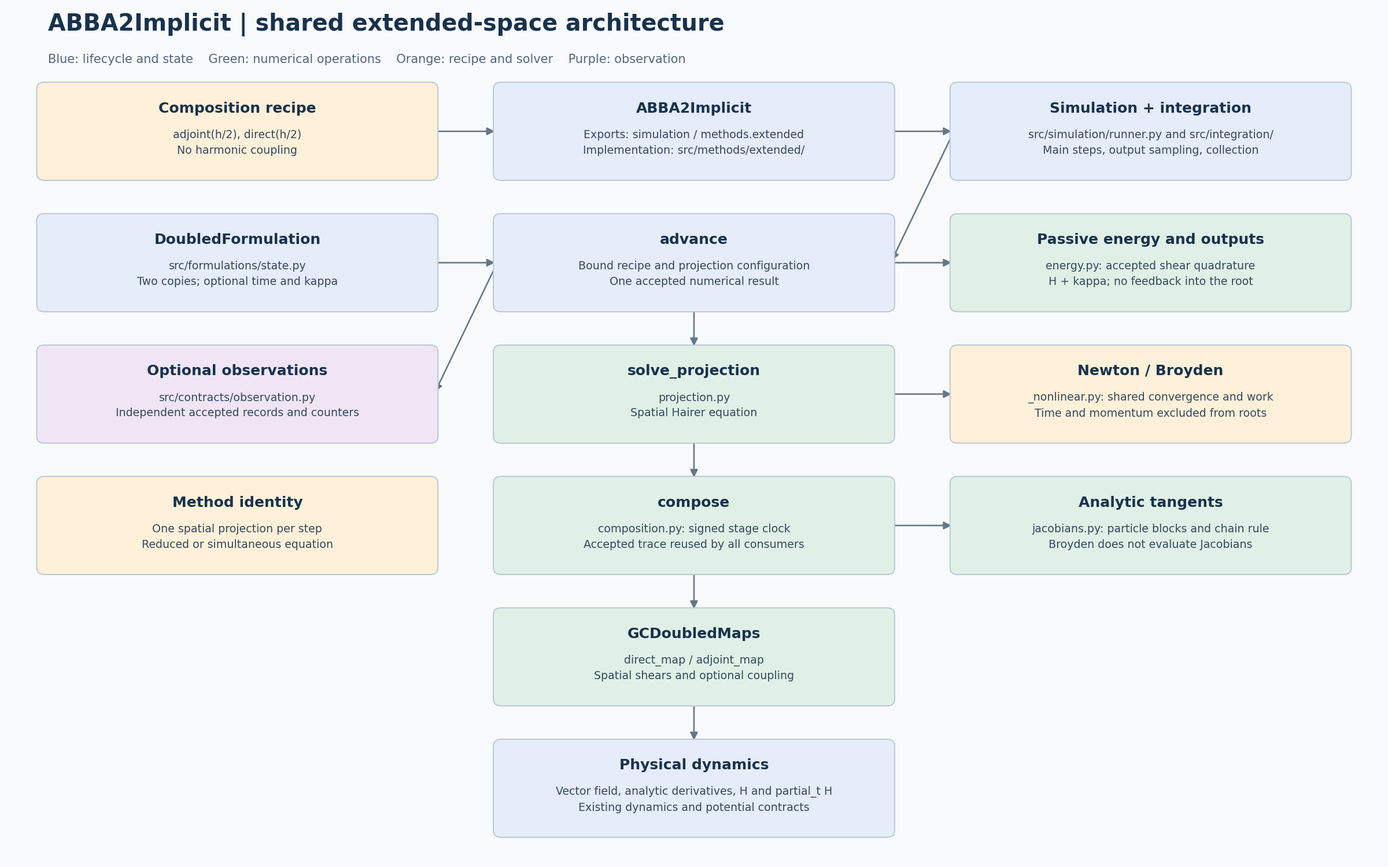
Before: docs/models/abba2-implicit/simulation/abba2-implicit-simulation-architecture.png, a diagram exported from PlantUML (Jugibe-52/GC2D_intranet). Its source is kept beside it as docs/models/abba2-implicit/simulation/abba2-implicit-simulation-architecture.puml. Its diagram source:
```plantuml
@startdot
digraph architecture {
  graph [rankdir=TB, bgcolor="#f8fafc"];
  node [shape=box, style="rounded,filled", fontname="DejaVu Sans"];
  recipe [label="Composition recipe\nadjoint(h/2), direct(h/2)\nNo harmonic coupling", fillcolor="#fff0d9"];
  method [label="ABBA2Implicit\nExports: simulation / methods.extended\nImplementation: src/methods/extended/", fillcolor="#e5ecfa"];
  driver [label="Simulation + integration\nsrc/simulation/runner.py and src/integration/\nMain steps, output sampling, collection", fillcolor="#e5ecfa"];
  state [label="DoubledFormulation\nsrc/formulations/state.py\nTwo copies; optional time and kappa", fillcolor="#e5ecfa"];
  advance [label="advance\nBound recipe and projection configuration\nOne accepted numerical result", fillcolor="#e5ecfa"];
  energy [label="Passive energy and outputs\nenergy.py: accepted shear quadrature\nH + kappa; no feedback into the root", fillcolor="#e1f0e6"];
  observe [label="Optional observations\nsrc/contracts/observation.py\nIndependent accepted records and counters", fillcolor="#f0e5f5"];
  projection [label="solve_projection\nprojection.py\nSpatial Hairer equation", fillcolor="#e1f0e6"];
  solver [label="Newton / Broyden\n_nonlinear.py: shared convergence and work\nTime and momentum excluded from roots", fillcolor="#fff0d9"];
  placement [label="Method identity\nOne spatial projection per step\nReduced or simultaneous equation", fillcolor="#fff0d9"];
  compose [label="compose\ncomposition.py: signed stage clock\nAccepted trace reused by all consumers", fillcolor="#e1f0e6"];
  tangent [label="Analytic tangents\njacobians.py: particle blocks and chain rule\nBroyden does not evaluate Jacobians", fillcolor="#e1f0e6"];
  maps [label="GCDoubledMaps\ndirect_map / adjoint_map\nSpatial shears and optional coupling", fillcolor="#e1f0e6"];
  dynamics [label="Physical dynamics\nVector field, analytic derivatives, H and partial_t H\nExisting dynamics and potential contracts", fillcolor="#e5ecfa"];
  recipe -> method;
  method -> driver;
  driver -> advance;
  state -> advance;
  advance -> projection;
  advance -> energy;
  advance -> observe;
  projection -> compose;
  projection -> solver;
  compose -> tangent;
  compose -> maps;
  maps -> dynamics;
}
@enddot
```
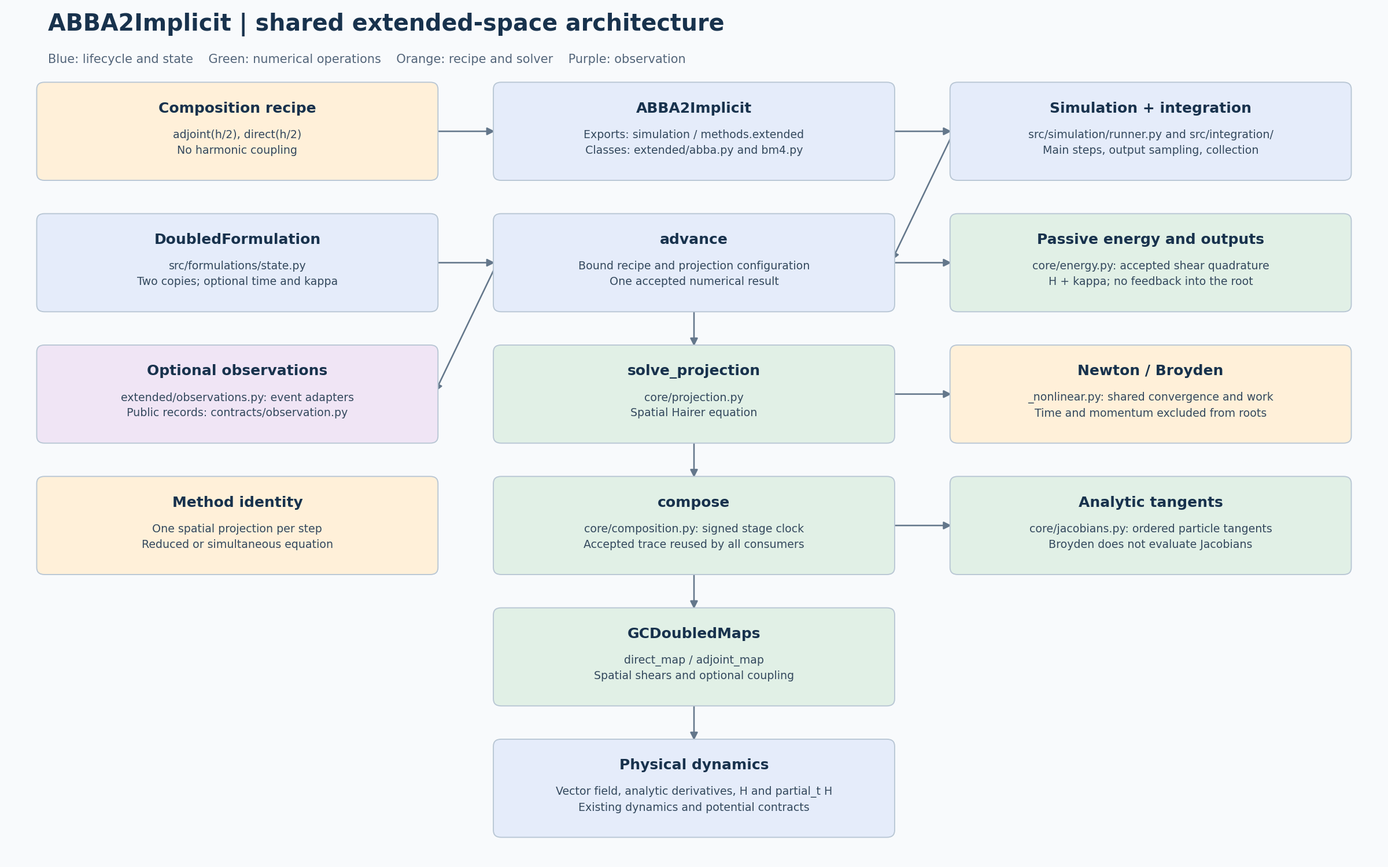
After the commit.

What changed in the source:
```diff
@@ -3,17 +3,17 @@
   graph [rankdir=TB, bgcolor="#f8fafc"];
   node [shape=box, style="rounded,filled", fontname="DejaVu Sans"];
   recipe [label="Composition recipe\nadjoint(h/2), direct(h/2)\nNo harmonic coupling", fillcolor="#fff0d9"];
-  method [label="ABBA2Implicit\nExports: simulation / methods.extended\nImplementation: src/methods/extended/", fillcolor="#e5ecfa"];
+  method [label="ABBA2Implicit\nExports: simulation / methods.extended\nClasses: extended/abba.py and bm4.py", fillcolor="#e5ecfa"];
   driver [label="Simulation + integration\nsrc/simulation/runner.py and src/integration/\nMain steps, output sampling, collection", fillcolor="#e5ecfa"];
   state [label="DoubledFormulation\nsrc/formulations/state.py\nTwo copies; optional time and kappa", fillcolor="#e5ecfa"];
   advance [label="advance\nBound recipe and projection configuration\nOne accepted numerical result", fillcolor="#e5ecfa"];
-  energy [label="Passive energy and outputs\nenergy.py: accepted shear quadrature\nH + kappa; no feedback into the root", fillcolor="#e1f0e6"];
-  observe [label="Optional observations\nsrc/contracts/observation.py\nIndependent accepted records and counters", fillcolor="#f0e5f5"];
-  projection [label="solve_projection\nprojection.py\nSpatial Hairer equation", fillcolor="#e1f0e6"];
+  energy [label="Passive energy and outputs\ncore/energy.py: accepted shear quadrature\nH + kappa; no feedback into the root", fillcolor="#e1f0e6"];
+  observe [label="Optional observations\nextended/observations.py: event adapters\nPublic records: contracts/observation.py", fillcolor="#f0e5f5"];
+  projection [label="solve_projection\ncore/projection.py\nSpatial Hairer equation", fillcolor="#e1f0e6"];
   solver [label="Newton / Broyden\n_nonlinear.py: shared convergence and work\nTime and momentum excluded from roots", fillcolor="#fff0d9"];
   placement [label="Method identity\nOne spatial projection per step\nReduced or simultaneous equation", fillcolor="#fff0d9"];
-  compose [label="compose\ncomposition.py: signed stage clock\nAccepted trace reused by all consumers", fillcolor="#e1f0e6"];
-  tangent [label="Analytic tangents\njacobians.py: particle blocks and chain rule\nBroyden does not evaluate Jacobians", fillcolor="#e1f0e6"];
+  compose [label="compose\ncore/composition.py: signed stage clock\nAccepted trace reused by all consumers", fillcolor="#e1f0e6"];
+  tangent [label="Analytic tangents\ncore/jacobians.py: ordered particle tangents\nBroyden does not evaluate Jacobians", fillcolor="#e1f0e6"];
   maps [label="GCDoubledMaps\ndirect_map / adjoint_map\nSpatial shears and optional coupling", fillcolor="#e1f0e6"];
   dynamics [label="Physical dynamics\nVector field, analytic derivatives, H and partial_t H\nExisting dynamics and potential contracts", fillcolor="#e5ecfa"];
   recipe -> method;
```
